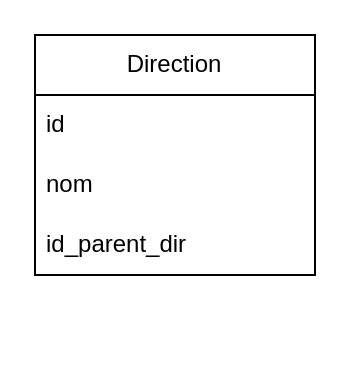
AndoMahefa/accueil_laravel keeps this draw.io diagram as base/mcd.drawio. Above is the earlier version. Source tidied: cells renumbered, new cells numbered last; positions are measured from the earlier drawing's top-left corner, leaving out a move shared by most shapes. Both pictures are drawn from the tidied source at 200%, with x=0, y=0 at pixel (34, 34).
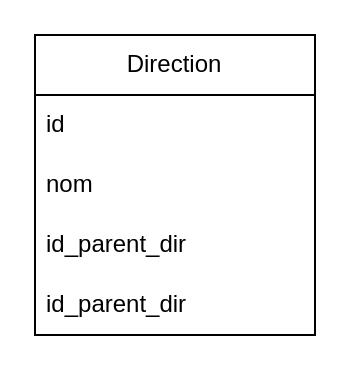
The same page after the edit.

Change to the diagram source:
```diff
@@
 <mxGraphModel>
   <root>
     <mxCell id="0" />
     <mxCell id="1" parent="0" />
     <mxCell id="2" value="Direction" style="swimlane;fontStyle=0;horizontal=1;startSize=30;whiteSpace=wrap;html=1;" parent="1" vertex="1">
-      <mxGeometry width="140" height="120" as="geometry" />
+      <mxGeometry width="140" height="150" as="geometry" />
     </mxCell>
     <mxCell id="3" value="id" style="text;strokeColor=none;fillColor=none;align=left;verticalAlign=middle;spacingLeft=4;spacingRight=4;overflow=hidden;whiteSpace=wrap;html=1;" parent="2" vertex="1">
       <mxGeometry y="30" width="140" height="30" as="geometry" />
     </mxCell>
     <mxCell id="4" value="nom" style="text;strokeColor=none;fillColor=none;align=left;verticalAlign=middle;spacingLeft=4;spacingRight=4;overflow=hidden;whiteSpace=wrap;html=1;" parent="2" vertex="1">
       <mxGeometry y="60" width="140" height="30" as="geometry" />
     </mxCell>
     <mxCell id="5" value="id_parent_dir" style="text;strokeColor=none;fillColor=none;align=left;verticalAlign=middle;spacingLeft=4;spacingRight=4;overflow=hidden;whiteSpace=wrap;html=1;" parent="2" vertex="1">
       <mxGeometry y="90" width="140" height="30" as="geometry" />
     </mxCell>
+    <mxCell id="6" value="id_parent_dir" style="text;strokeColor=none;fillColor=none;align=left;verticalAlign=middle;spacingLeft=4;spacingRight=4;overflow=hidden;whiteSpace=wrap;html=1;" parent="2" vertex="1">
+      <mxGeometry y="120" width="140" height="30" as="geometry" />
+    </mxCell>
   </root>
 </mxGraphModel>
```
